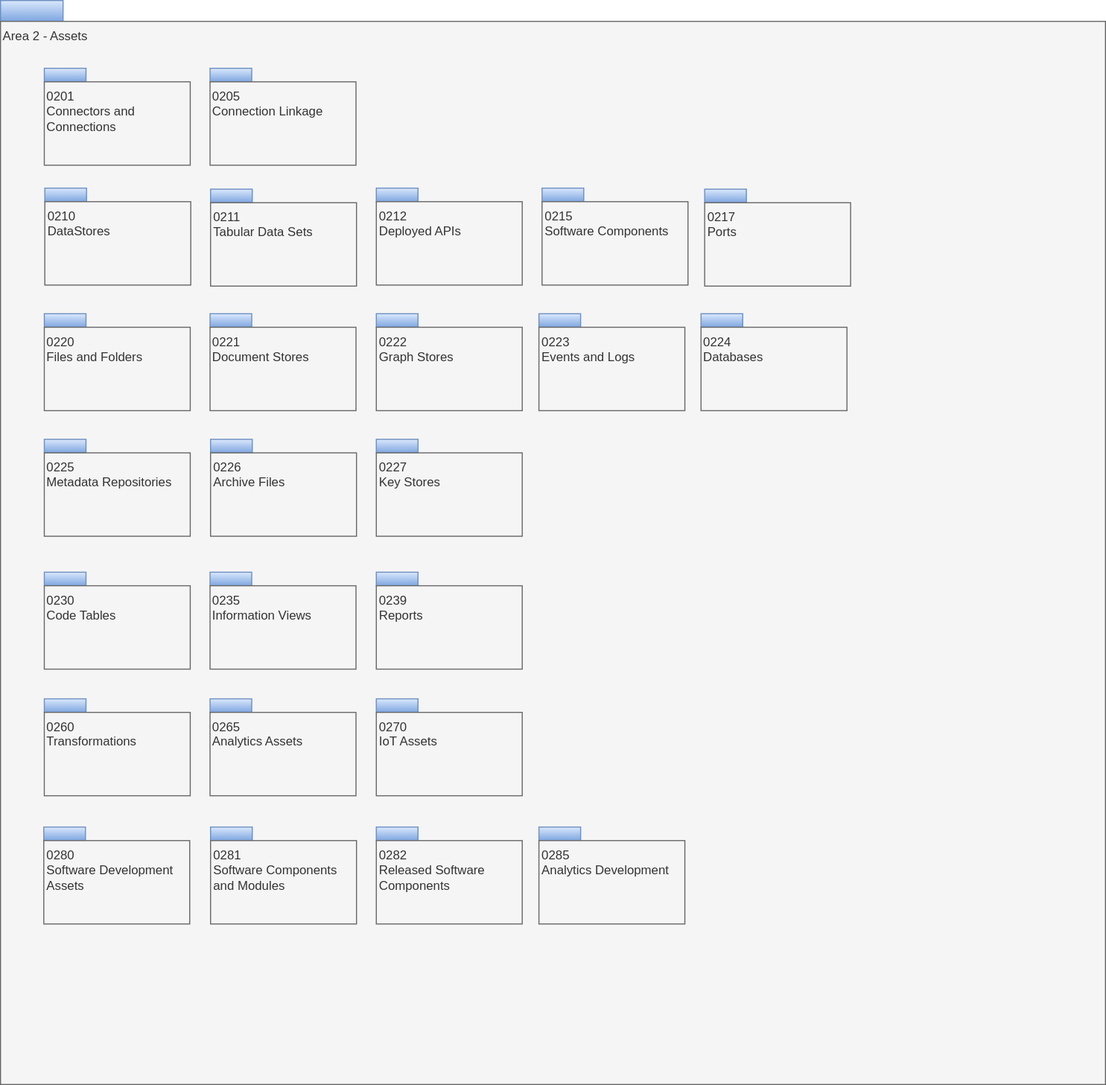
This is site/docs/types/2/area-2-assets-overview.svg from odpi/egeria-docs, a draw.io export, as it was before one commit. Source tidied: cells renumbered, new cells last; positions are measured from the earlier drawing's top-left corner, leaving out a move shared by most shapes.
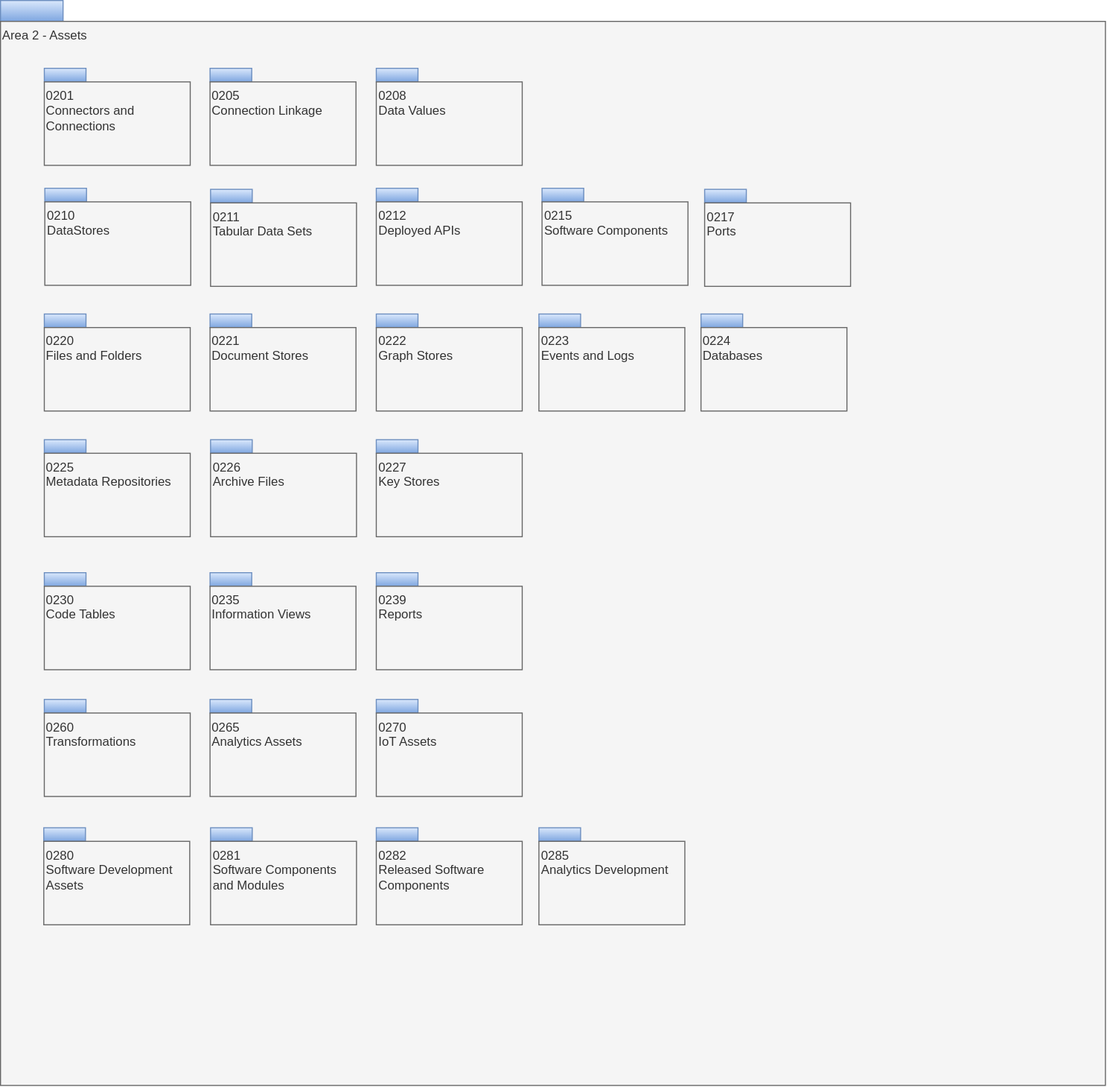
The same file after the commit.

Diff of the diagram source:
```diff
@@ -158,5 +158,11 @@
     <mxCell id="53" value="0211&lt;br&gt;Tabular Data Sets" style="rounded=0;whiteSpace=wrap;html=1;align=left;verticalAlign=top;fillColor=#f5f5f5;fontColor=#333333;strokeColor=#666666;" parent="1" vertex="1">
       <mxGeometry x="201.5" y="194" width="140" height="80" as="geometry" />
     </mxCell>
+    <mxCell id="54" style="rounded=0;whiteSpace=wrap;html=1;align=left;fillColor=#dae8fc;strokeColor=#6c8ebf;gradientColor=#7ea6e0;" parent="1" vertex="1">
+      <mxGeometry x="360.5" y="65" width="40" height="13" as="geometry" />
+    </mxCell>
+    <mxCell id="55" value="0208&lt;br&gt;Data Values" style="rounded=0;whiteSpace=wrap;html=1;align=left;verticalAlign=top;fillColor=#f5f5f5;fontColor=#333333;strokeColor=#666666;" parent="1" vertex="1">
+      <mxGeometry x="360.5" y="78" width="140" height="80" as="geometry" />
+    </mxCell>
   </root>
 </mxGraphModel>
```
